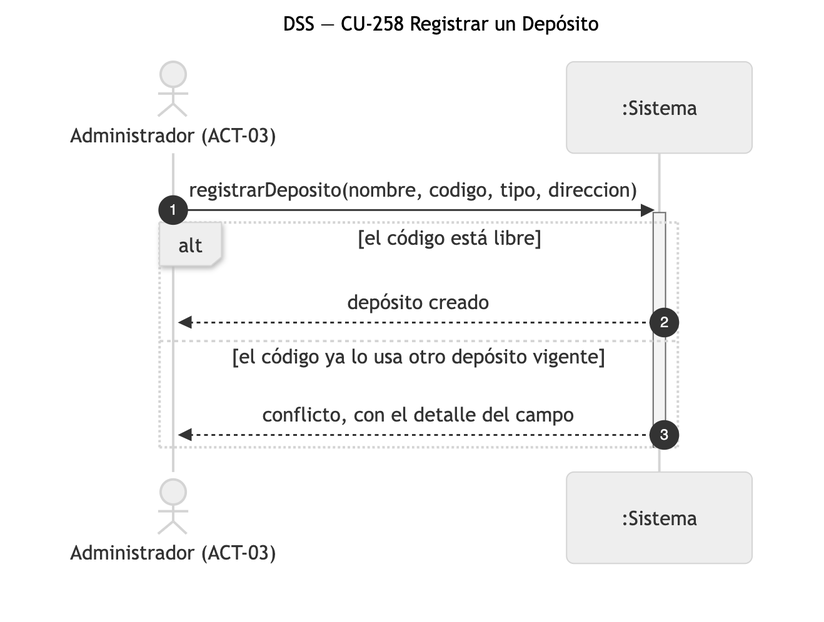
Above: diagramas/png/DSS_CU-258_Registrar-un-Deposito.png in Nahuelito-Dev/splg-docs (Mermaid), before the change. Its source is kept beside it as diagramas/DSS_CU-258_Registrar-un-Deposito.mmd.
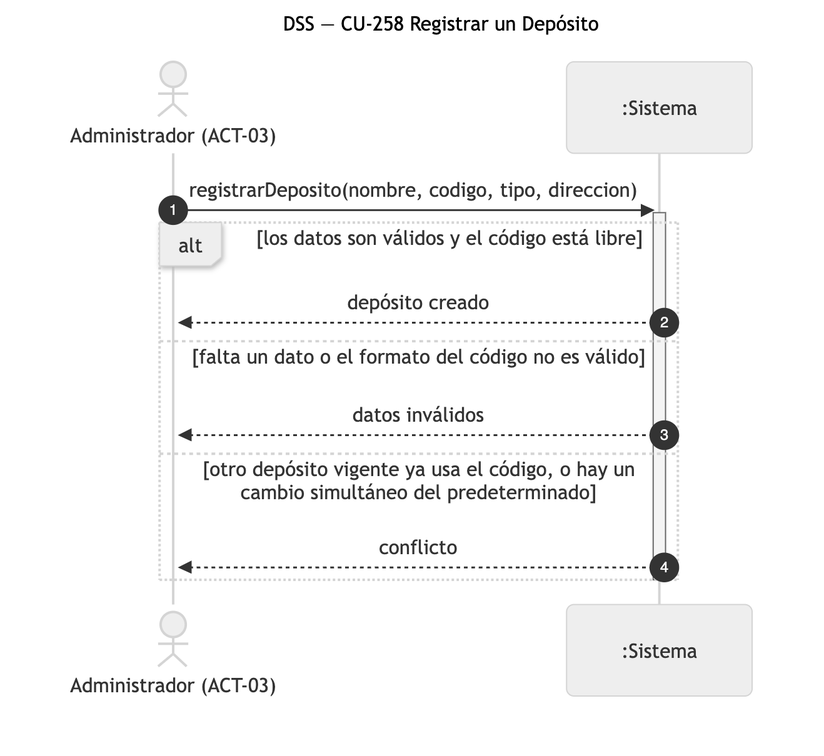
The same diagram one commit later.

Diff of the diagram source:
```diff
@@ -6,9 +6,11 @@
 
     ADM->>SIS: registrarDeposito(nombre, codigo, tipo, direccion)
     activate SIS
-    alt el código está libre
+    alt los datos son válidos y el código está libre
         SIS-->>ADM: depósito creado
-    else el código ya lo usa otro depósito vigente
-        SIS-->>ADM: conflicto, con el detalle del campo
+    else falta un dato o el formato del código no es válido
+        SIS-->>ADM: datos inválidos
+    else otro depósito vigente ya usa el código, o hay un cambio simultáneo del predeterminado
+        SIS-->>ADM: conflicto
     end
     deactivate SIS
```
